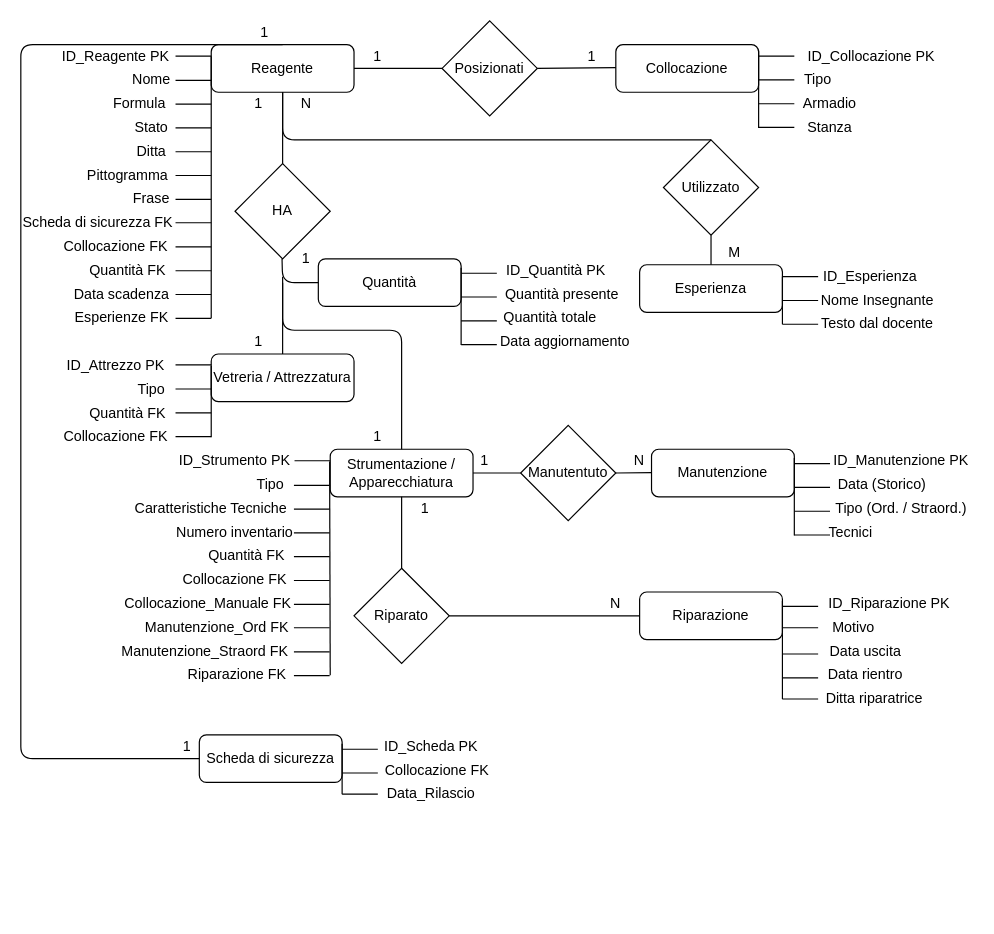
Above: ModelloER/MODELLOERPROGEGTTO.drawio in MilaniFrancesco7/Progetto-Chimica (draw.io), before the change. Source tidied: cells renumbered, new cells numbered last; positions are measured from the earlier drawing's top-left corner, leaving out a move shared by most shapes. Both pictures are drawn from the tidied source at 119%, with x=0, y=0 at pixel (20, 20).
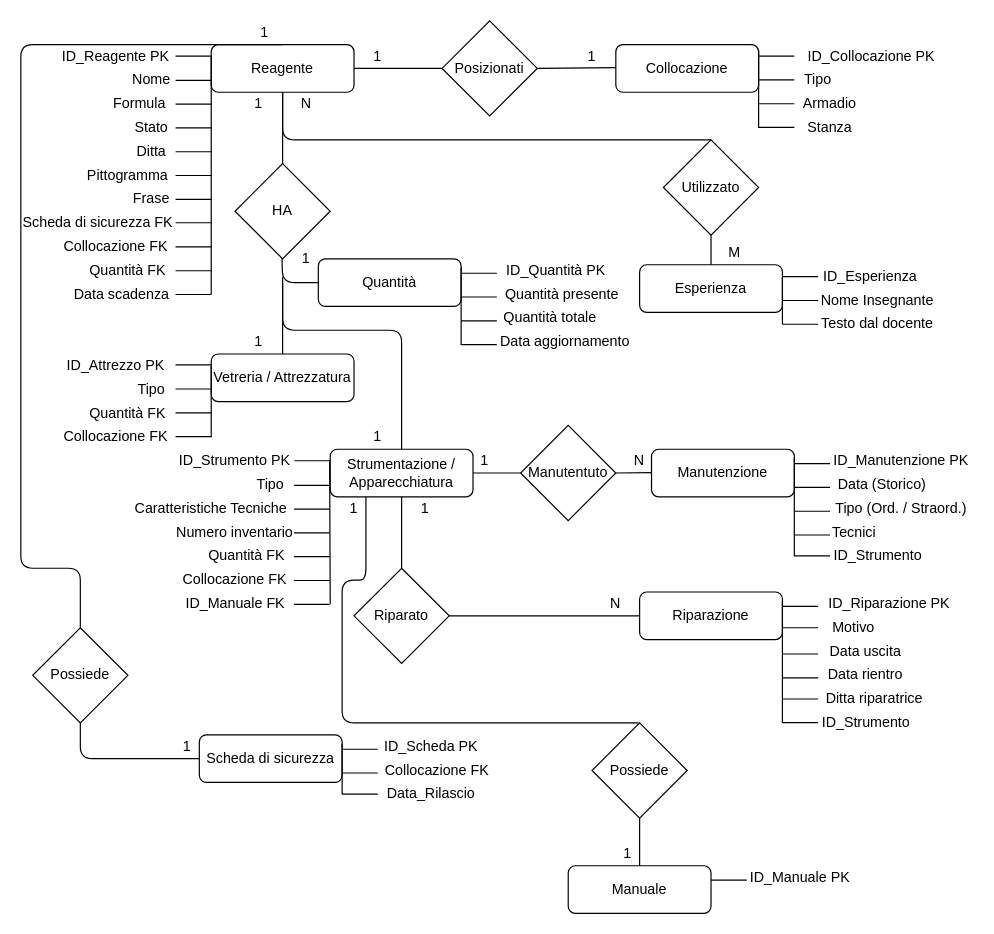
The same page after the edit.

Commit message:
Sistemate Chiavi Esterne, Aggiunto Manuale

The change refers to these unchanged cells:
```xml
<mxCell id="2" value="Reagente" style="rounded=1;whiteSpace=wrap;html=1;fontSize=12;glass=0;strokeWidth=1;shadow=0;" parent="1" vertex="1">
  <mxGeometry x="160" y="20" width="120" height="40" as="geometry" />
</mxCell>
<mxCell id="76" value="Strumentazione / Apparecchiatura" style="rounded=1;whiteSpace=wrap;html=1;fontSize=12;glass=0;strokeWidth=1;shadow=0;" parent="1" vertex="1">
  <mxGeometry x="260" y="360" width="120" height="40" as="geometry" />
</mxCell>
<mxCell id="127" value="Scheda di sicurezza" style="rounded=1;whiteSpace=wrap;html=1;fontSize=12;glass=0;strokeWidth=1;shadow=0;" parent="1" vertex="1">
  <mxGeometry x="150" y="600" width="120" height="40" as="geometry" />
</mxCell>
<mxCell id="144" value="1" style="text;html=1;strokeColor=none;fillColor=none;align=center;verticalAlign=middle;whiteSpace=wrap;rounded=0;" parent="1" vertex="1">
  <mxGeometry x="120" y="600" width="40" height="20" as="geometry" />
</mxCell>
```

What changed in the source:
```diff
@@
     <mxCell id="3" style="endArrow=none;html=1;" parent="1" edge="1">
       <mxGeometry relative="1" as="geometry">
-        <mxPoint x="160" y="250" as="sourcePoint" />
+        <mxPoint x="160" y="230" as="sourcePoint" />
         <mxPoint x="160" y="30" as="targetPoint" />
       </mxGeometry>
     </mxCell>
@@
-    <mxCell id="23" style="endArrow=none;html=1;" parent="1" edge="1">
-      <mxGeometry relative="1" as="geometry">
-        <mxPoint x="130" y="250" as="sourcePoint" />
-        <mxPoint x="160" y="250" as="targetPoint" />
-      </mxGeometry>
-    </mxCell>
@@
-    <mxCell id="27" value="Esperienze FK" style="text;html=1;strokeColor=none;fillColor=none;align=center;verticalAlign=middle;whiteSpace=wrap;rounded=0;" parent="1" vertex="1">
-      <mxGeometry x="40" y="240" width="90" height="20" as="geometry" />
-    </mxCell>
@@
     <mxCell id="78" style="endArrow=none;html=1;" parent="1" edge="1">
       <mxGeometry relative="1" as="geometry">
-        <mxPoint x="260" y="550" as="sourcePoint" />
+        <mxPoint x="260" y="490" as="sourcePoint" />
         <mxPoint x="259.5" y="370.3" as="targetPoint" />
       </mxGeometry>
     </mxCell>
@@
-    <mxCell id="86" style="endArrow=none;html=1;" parent="1" edge="1">
-      <mxGeometry relative="1" as="geometry">
-        <mxPoint x="229.5" y="510" as="sourcePoint" />
-        <mxPoint x="259.5" y="510" as="targetPoint" />
-      </mxGeometry>
-    </mxCell>
-    <mxCell id="87" style="endArrow=none;html=1;" parent="1" edge="1">
-      <mxGeometry relative="1" as="geometry">
-        <mxPoint x="229.5" y="530.3" as="sourcePoint" />
-        <mxPoint x="259.5" y="530.3" as="targetPoint" />
-      </mxGeometry>
-    </mxCell>
-    <mxCell id="88" style="endArrow=none;html=1;" parent="1" edge="1">
-      <mxGeometry relative="1" as="geometry">
-        <mxPoint x="229.5" y="550.3" as="sourcePoint" />
-        <mxPoint x="259.5" y="550.3" as="targetPoint" />
-      </mxGeometry>
-    </mxCell>
@@
-    <mxCell id="94" value="Collocazione_Manuale FK" style="text;html=1;strokeColor=none;fillColor=none;align=center;verticalAlign=middle;whiteSpace=wrap;rounded=0;" parent="1" vertex="1">
-      <mxGeometry x="85" y="480" width="145" height="20" as="geometry" />
+    <mxCell id="94" value="ID_Manuale FK" style="text;html=1;strokeColor=none;fillColor=none;align=center;verticalAlign=middle;whiteSpace=wrap;rounded=0;" parent="1" vertex="1">
+      <mxGeometry x="107.5" y="480" width="145" height="20" as="geometry" />
     </mxCell>
@@
     <mxCell id="100" style="endArrow=none;html=1;" parent="1" edge="1">
       <mxGeometry relative="1" as="geometry">
-        <mxPoint x="650" y="432.4" as="sourcePoint" />
+        <mxPoint x="650" y="450" as="sourcePoint" />
         <mxPoint x="650" y="367.4" as="targetPoint" />
       </mxGeometry>
     </mxCell>
@@
     <mxCell id="104" value="Tecnici" style="text;html=1;strokeColor=none;fillColor=none;align=center;verticalAlign=middle;whiteSpace=wrap;rounded=0;" parent="1" vertex="1">
-      <mxGeometry x="640" y="420" width="115" height="20" as="geometry" />
+      <mxGeometry x="642.5" y="420" width="115" height="20" as="geometry" />
     </mxCell>
-    <mxCell id="105" value="Manutenzione_Ord FK" style="text;html=1;strokeColor=none;fillColor=none;align=center;verticalAlign=middle;whiteSpace=wrap;rounded=0;" parent="1" vertex="1">
-      <mxGeometry x="100" y="500" width="130" height="20" as="geometry" />
-    </mxCell>
-    <mxCell id="106" value="Manutenzione_Straord FK" style="text;html=1;strokeColor=none;fillColor=none;align=center;verticalAlign=middle;whiteSpace=wrap;rounded=0;" parent="1" vertex="1">
-      <mxGeometry x="80" y="520" width="150" height="20" as="geometry" />
-    </mxCell>
-    <mxCell id="107" value="Riparazione FK" style="text;html=1;strokeColor=none;fillColor=none;align=center;verticalAlign=middle;whiteSpace=wrap;rounded=0;" parent="1" vertex="1">
-      <mxGeometry x="139" y="540" width="86" height="20" as="geometry" />
-    </mxCell>
@@
     <mxCell id="114" style="endArrow=none;html=1;" parent="1" edge="1">
       <mxGeometry relative="1" as="geometry">
-        <mxPoint x="640" y="570" as="sourcePoint" />
+        <mxPoint x="640" y="590" as="sourcePoint" />
         <mxPoint x="640" y="487.4" as="targetPoint" />
       </mxGeometry>
     </mxCell>
@@
-    <mxCell id="128" style="endArrow=none;html=1;exitX=0;exitY=0.5;exitDx=0;exitDy=0;entryX=0.5;entryY=0;entryDx=0;entryDy=0;" parent="1" edge="1" source="127" target="2">
+    <mxCell id="128" style="endArrow=none;html=1;exitX=0.5;exitY=0;exitDx=0;exitDy=0;entryX=0.5;entryY=0;entryDx=0;entryDy=0;" parent="1" edge="1" source="154" target="2">
       <mxGeometry relative="1" as="geometry">
         <Array as="points">
-          <mxPoint y="620" />
+          <mxPoint x="50" y="460" />
+          <mxPoint y="460" />
           <mxPoint y="320" />
           <mxPoint y="20" />
         </Array>
       </mxGeometry>
     </mxCell>
@@
+    <mxCell id="150" style="endArrow=none;html=1;" parent="1" edge="1">
+      <mxGeometry relative="1" as="geometry">
+        <mxPoint x="650" y="449.7" as="sourcePoint" />
+        <mxPoint x="680" y="449.7" as="targetPoint" />
+      </mxGeometry>
+    </mxCell>
+    <mxCell id="151" value="ID_Strumento" style="text;html=1;strokeColor=none;fillColor=none;align=center;verticalAlign=middle;whiteSpace=wrap;rounded=0;" parent="1" vertex="1">
+      <mxGeometry x="662.5" y="440" width="115" height="20" as="geometry" />
+    </mxCell>
+    <mxCell id="152" style="endArrow=none;html=1;" parent="1" edge="1">
+      <mxGeometry relative="1" as="geometry">
+        <mxPoint x="640" y="589.7" as="sourcePoint" />
+        <mxPoint x="670" y="589.7" as="targetPoint" />
+      </mxGeometry>
+    </mxCell>
+    <mxCell id="153" value="ID_Strumento" style="text;html=1;strokeColor=none;fillColor=none;align=center;verticalAlign=middle;whiteSpace=wrap;rounded=0;" parent="1" vertex="1">
+      <mxGeometry x="652.5" y="580" width="115" height="20" as="geometry" />
+    </mxCell>
+    <mxCell id="154" value="Possiede" style="rhombus;whiteSpace=wrap;html=1;" parent="1" vertex="1">
+      <mxGeometry x="10" y="510" width="80" height="80" as="geometry" />
+    </mxCell>
+    <mxCell id="155" style="endArrow=none;html=1;exitX=0.75;exitY=1;exitDx=0;exitDy=0;" parent="1" edge="1" source="144">
+      <mxGeometry relative="1" as="geometry">
+        <mxPoint x="50" y="590" as="targetPoint" />
+        <Array as="points">
+          <mxPoint x="50" y="620" />
+        </Array>
+      </mxGeometry>
+    </mxCell>
+    <mxCell id="156" value="Possiede" style="rhombus;whiteSpace=wrap;html=1;" parent="1" vertex="1">
+      <mxGeometry x="480" y="590" width="80" height="80" as="geometry" />
+    </mxCell>
+    <mxCell id="157" value="Manuale" style="rounded=1;whiteSpace=wrap;html=1;fontSize=12;glass=0;strokeWidth=1;shadow=0;" parent="1" vertex="1">
+      <mxGeometry x="460" y="710" width="120" height="40" as="geometry" />
+    </mxCell>
+    <mxCell id="158" value="ID_Manuale PK" style="text;html=1;strokeColor=none;fillColor=none;align=center;verticalAlign=middle;whiteSpace=wrap;rounded=0;" parent="1" vertex="1">
+      <mxGeometry x="605" y="710" width="100" height="20" as="geometry" />
+    </mxCell>
+    <mxCell id="159" style="endArrow=none;html=1;" parent="1" edge="1">
+      <mxGeometry relative="1" as="geometry">
+        <mxPoint x="580" y="722.1" as="sourcePoint" />
+        <mxPoint x="610" y="722.1" as="targetPoint" />
+      </mxGeometry>
+    </mxCell>
+    <mxCell id="160" style="endArrow=none;html=1;exitX=0.5;exitY=0;exitDx=0;exitDy=0;entryX=0.5;entryY=1;entryDx=0;entryDy=0;" parent="1" edge="1" source="157" target="156">
+      <mxGeometry relative="1" as="geometry" />
+    </mxCell>
+    <mxCell id="161" style="endArrow=none;html=1;exitX=0.5;exitY=0;exitDx=0;exitDy=0;entryX=0.25;entryY=1;entryDx=0;entryDy=0;" parent="1" edge="1" target="76">
+      <mxGeometry relative="1" as="geometry">
+        <mxPoint x="519" y="590" as="sourcePoint" />
+        <Array as="points">
+          <mxPoint x="270" y="590" />
+          <mxPoint x="270" y="470" />
+          <mxPoint x="290" y="470" />
+        </Array>
+      </mxGeometry>
+    </mxCell>
+    <mxCell id="162" value="1" style="text;html=1;strokeColor=none;fillColor=none;align=center;verticalAlign=middle;whiteSpace=wrap;rounded=0;" parent="1" vertex="1">
+      <mxGeometry x="260" y="400" width="40" height="20" as="geometry" />
+    </mxCell>
+    <mxCell id="163" value="1" style="text;html=1;strokeColor=none;fillColor=none;align=center;verticalAlign=middle;whiteSpace=wrap;rounded=0;" parent="1" vertex="1">
+      <mxGeometry x="490" y="690" width="40" height="20" as="geometry" />
+    </mxCell>
```
